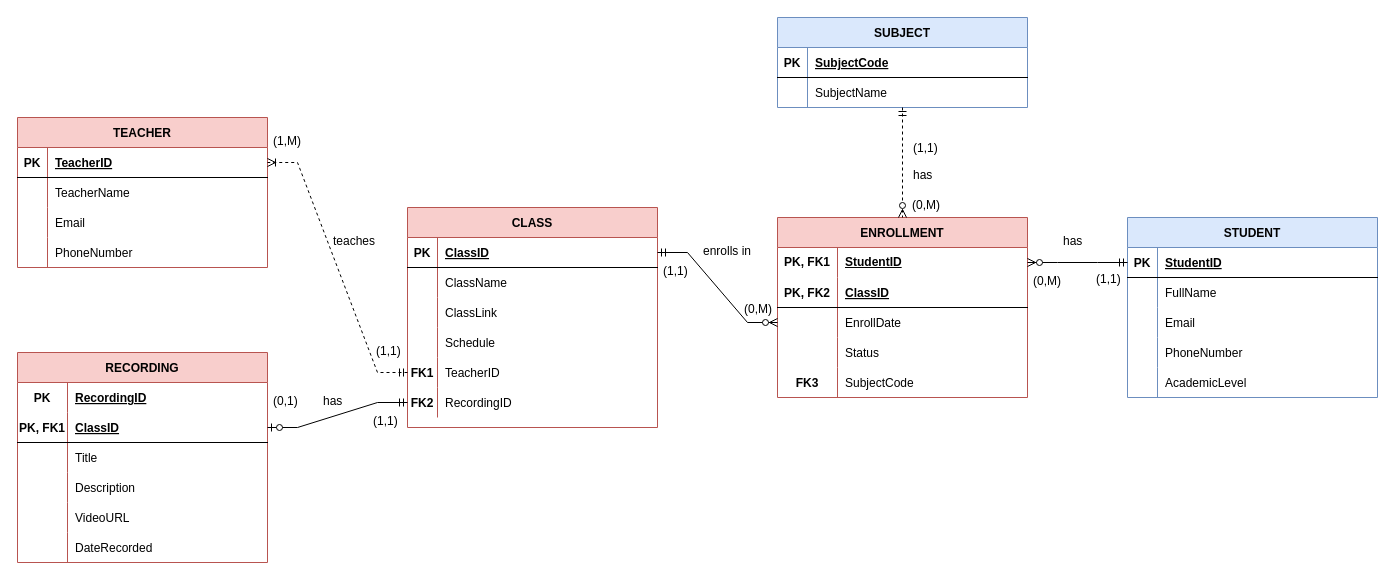
Before: CMT221_Assignment.drawio in EzraChai/CMT221-Assignment, a draw.io diagram. Source tidied: cells renumbered, new cells numbered last; positions are measured from the earlier drawing's top-left corner, leaving out a move shared by most shapes. Both pictures are drawn from the tidied source at 100%, with x=0, y=0 at pixel (17, 17).
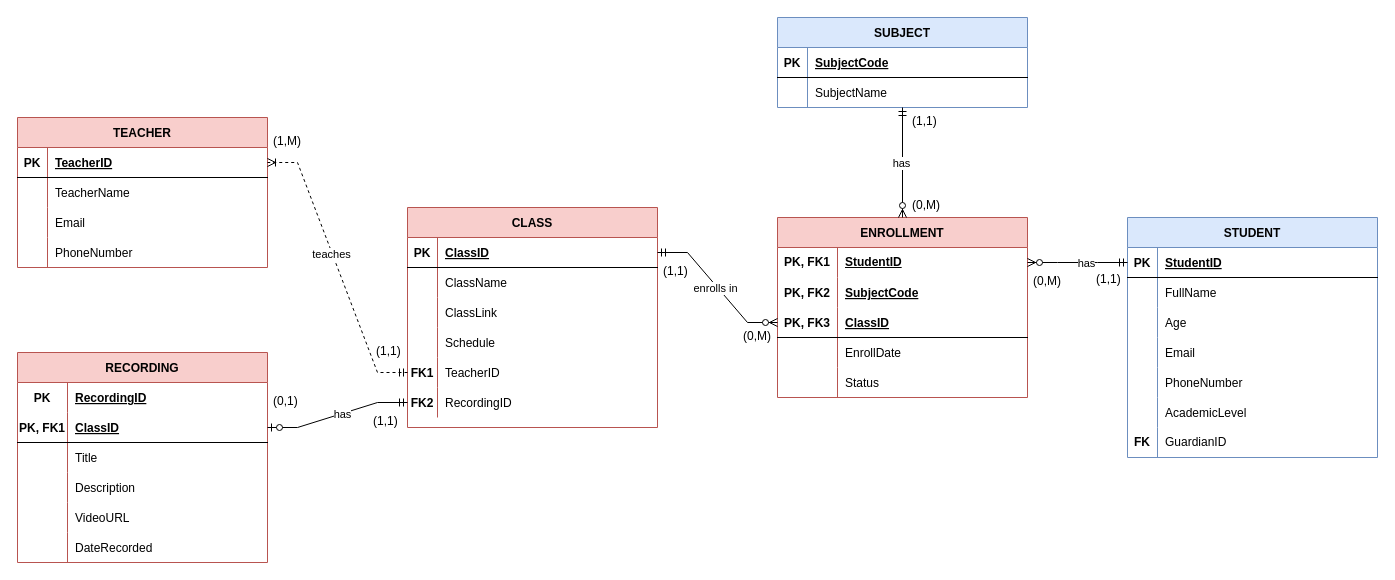
Above is the later version.

The change refers to these unchanged cells:
```xml
<mxCell id="2" value="ENROLLMENT" style="shape=table;startSize=30;childLayout=tableLayout;rowLines=0;fontStyle=1;align=center;fillColor=#f8cecc;strokeColor=#b85450;" parent="1" vertex="1">
  <mxGeometry x="760" y="200" width="250" height="180" as="geometry" />
</mxCell>
<mxCell id="32" style="shape=partialRectangle;fillColor=none;points=[[0,0.5],[1,0.5]];portConstraint=eastwest;top=0;left=0;right=0;bottom=1;" parent="31" vertex="1">
  <mxGeometry y="30" width="250" height="30" as="geometry" />
</mxCell>
<mxCell id="79" style="edgeStyle=entityRelationEdgeStyle;fontSize=12;html=1;endArrow=ERzeroToOne;startArrow=ERmandOne;rounded=0;exitX=0;exitY=0.5;exitDx=0;exitDy=0;entryX=1;entryY=0.5;entryDx=0;entryDy=0;" parent="1" edge="1" source="47" target="54">
  <mxGeometry relative="1" as="geometry" />
</mxCell>
<mxCell id="80" style="edgeStyle=entityRelationEdgeStyle;fontSize=12;html=1;endArrow=ERoneToMany;startArrow=ERmandOne;rounded=0;exitX=0;exitY=0.5;exitDx=0;exitDy=0;entryX=1;entryY=0.5;entryDx=0;entryDy=0;strokeColor=default;dashed=1;" parent="1" edge="1" source="44" target="19">
  <mxGeometry relative="1" as="geometry" />
</mxCell>
<mxCell id="97" style="edgeStyle=entityRelationEdgeStyle;fontSize=12;html=1;endArrow=ERzeroToMany;startArrow=ERmandOne;rounded=0;entryX=1;entryY=0.5;entryDx=0;entryDy=0;exitX=0;exitY=0.5;exitDx=0;exitDy=0;" parent="1" edge="1" source="82" target="3">
  <mxGeometry relative="1" as="geometry" />
</mxCell>
<mxCell id="101" value="SUBJECT" style="shape=table;startSize=30;childLayout=tableLayout;rowLines=0;fontStyle=1;align=center;fillColor=#dae8fc;strokeColor=#6c8ebf;" parent="1" vertex="1">
  <mxGeometry x="760" width="250" height="90" as="geometry" />
</mxCell>
```

What changed in the source:
```diff
@@
+    <mxCell id="15" style="shape=partialRectangle;fillColor=none;top=0;left=0;right=0;bottom=0;" parent="2" vertex="1">
+      <mxGeometry y="60" width="250" height="30" as="geometry" />
+    </mxCell>
+    <mxCell id="16" value="PK, FK2" style="shape=partialRectangle;overflow=hidden;fillColor=none;top=0;left=0;bottom=0;right=0;fontStyle=1;" parent="15" vertex="1">
+      <mxGeometry width="60" height="30" as="geometry" />
+    </mxCell>
+    <mxCell id="17" value="SubjectCode" style="shape=partialRectangle;overflow=hidden;fillColor=none;top=0;left=0;bottom=0;right=0;align=left;spacingLeft=6;fontStyle=5;" parent="15" vertex="1">
+      <mxGeometry x="60" width="190" height="30" as="geometry" />
+    </mxCell>
     <mxCell id="6" style="shape=partialRectangle;fillColor=none;points=[[0,0.5],[1,0.5]];portConstraint=eastwest;top=0;left=0;right=0;bottom=1;" parent="2" vertex="1">
-      <mxGeometry y="60" width="250" height="30" as="geometry" />
+      <mxGeometry y="90" width="250" height="30" as="geometry" />
     </mxCell>
-    <mxCell id="7" value="PK, FK2" style="shape=partialRectangle;overflow=hidden;fillColor=none;top=0;left=0;bottom=0;right=0;fontStyle=1;" parent="6" vertex="1">
+    <mxCell id="7" value="PK, FK3" style="shape=partialRectangle;overflow=hidden;fillColor=none;top=0;left=0;bottom=0;right=0;fontStyle=1;" parent="6" vertex="1">
       <mxGeometry width="60" height="30" as="geometry" />
     </mxCell>
@@
     <mxCell id="9" style="shape=partialRectangle;fillColor=none;top=0;left=0;right=0;bottom=0;" parent="2" vertex="1">
-      <mxGeometry y="90" width="250" height="30" as="geometry" />
+      <mxGeometry y="120" width="250" height="30" as="geometry" />
     </mxCell>
@@
     <mxCell id="12" style="shape=partialRectangle;fillColor=none;top=0;left=0;right=0;bottom=0;" parent="2" vertex="1">
-      <mxGeometry y="120" width="250" height="30" as="geometry" />
+      <mxGeometry y="150" width="250" height="30" as="geometry" />
     </mxCell>
@@
-    <mxCell id="15" style="shape=partialRectangle;fillColor=none;top=0;left=0;right=0;bottom=0;" parent="2" vertex="1">
-      <mxGeometry y="150" width="250" height="30" as="geometry" />
-    </mxCell>
-    <mxCell id="16" value="FK3" style="shape=partialRectangle;overflow=hidden;fillColor=none;top=0;left=0;bottom=0;right=0;fontStyle=1;" parent="15" vertex="1">
-      <mxGeometry width="60" height="30" as="geometry" />
-    </mxCell>
-    <mxCell id="17" value="SubjectCode" style="shape=partialRectangle;overflow=hidden;fillColor=none;top=0;left=0;bottom=0;right=0;align=left;spacingLeft=6;fontStyle=0;" parent="15" vertex="1">
-      <mxGeometry x="60" width="190" height="30" as="geometry" />
-    </mxCell>
@@
-    <mxCell id="69" value="teaches" style="text;strokeColor=none;fillColor=none;spacingLeft=4;spacingRight=4;overflow=hidden;fontSize=12;whiteSpace=wrap;html=1;" parent="1" vertex="1">
-      <mxGeometry x="310" y="210" width="60" height="30" as="geometry" />
-    </mxCell>
@@
-    <mxCell id="74" value="has" style="text;strokeColor=none;fillColor=none;spacingLeft=4;spacingRight=4;overflow=hidden;fontSize=12;whiteSpace=wrap;html=1;" parent="1" vertex="1">
-      <mxGeometry x="300" y="370" width="60" height="30" as="geometry" />
-    </mxCell>
     <mxCell id="75" value="(0,M)" style="text;strokeColor=none;fillColor=none;spacingLeft=4;spacingRight=4;overflow=hidden;fontSize=12;whiteSpace=wrap;html=1;" parent="1" vertex="1">
-      <mxGeometry x="721" y="278" width="40" height="30" as="geometry" />
+      <mxGeometry x="720" y="305" width="40" height="30" as="geometry" />
     </mxCell>
@@
-    <mxCell id="77" style="edgeStyle=entityRelationEdgeStyle;fontSize=12;html=1;endArrow=ERzeroToMany;startArrow=ERmandOne;rounded=0;entryX=0;entryY=0.5;entryDx=0;entryDy=0;exitX=1;exitY=0.5;exitDx=0;exitDy=0;" parent="1" edge="1" source="32">
-      <mxGeometry relative="1" as="geometry">
-        <mxPoint x="760" y="305" as="targetPoint" />
-      </mxGeometry>
+    <mxCell id="77" style="edgeStyle=entityRelationEdgeStyle;fontSize=12;html=1;endArrow=ERzeroToMany;startArrow=ERmandOne;rounded=0;entryX=0;entryY=0.5;entryDx=0;entryDy=0;exitX=1;exitY=0.5;exitDx=0;exitDy=0;" parent="1" edge="1" source="32" target="6">
+      <mxGeometry relative="1" as="geometry" />
     </mxCell>
-    <mxCell id="78" value="enrolls in" style="text;strokeColor=none;fillColor=none;spacingLeft=4;spacingRight=4;overflow=hidden;fontSize=12;whiteSpace=wrap;html=1;" parent="1" vertex="1">
-      <mxGeometry x="680" y="220" width="60" height="30" as="geometry" />
+    <mxCell id="78" value="enrolls in" style="edgeLabel;html=1;align=center;verticalAlign=middle;" parent="77" vertex="1">
+      <mxGeometry x="-0.01" y="-2" relative="1" as="geometry" />
     </mxCell>
@@
+    <mxCell id="112" value="has" style="edgeLabel;html=1;align=center;verticalAlign=middle;" parent="79" vertex="1">
+      <mxGeometry x="-0.07" relative="1" as="geometry" />
+    </mxCell>
@@
+    <mxCell id="69" value="teaches" style="edgeLabel;html=1;align=center;verticalAlign=middle;" parent="80" vertex="1">
+      <mxGeometry x="0.1" y="1" relative="1" as="geometry" />
+    </mxCell>
     <mxCell id="81" value="STUDENT" style="shape=table;startSize=30;childLayout=tableLayout;rowLines=0;fontStyle=1;align=center;fillColor=#dae8fc;strokeColor=#6c8ebf;" parent="1" vertex="1">
-      <mxGeometry x="1110" y="200" width="250" height="180" as="geometry" />
+      <mxGeometry x="1110" y="200" width="250" height="240" as="geometry" />
     </mxCell>
@@
+    <mxCell id="113" style="shape=tableRow;horizontal=0;startSize=0;swimlaneHead=0;swimlaneBody=0;fillColor=none;top=0;left=0;right=0;bottom=0;" parent="81" vertex="1">
+      <mxGeometry y="90" width="250" height="30" as="geometry" />
+    </mxCell>
+    <mxCell id="114" style="shape=partialRectangle;fillColor=none;top=0;left=0;bottom=0;right=0;overflow=hidden;" parent="113" vertex="1">
+      <mxGeometry width="30" height="30" as="geometry" />
+    </mxCell>
+    <mxCell id="115" value="Age" style="shape=partialRectangle;fillColor=none;top=0;left=0;bottom=0;right=0;align=left;spacingLeft=6;overflow=hidden;" parent="113" vertex="1">
+      <mxGeometry x="30" width="220" height="30" as="geometry" />
+    </mxCell>
     <mxCell id="88" style="shape=partialRectangle;fillColor=none;top=0;left=0;right=0;bottom=0;" parent="81" vertex="1">
-      <mxGeometry y="90" width="250" height="30" as="geometry" />
+      <mxGeometry y="120" width="250" height="30" as="geometry" />
     </mxCell>
@@
     <mxCell id="91" style="shape=partialRectangle;fillColor=none;top=0;left=0;right=0;bottom=0;" parent="81" vertex="1">
-      <mxGeometry y="120" width="250" height="30" as="geometry" />
+      <mxGeometry y="150" width="250" height="30" as="geometry" />
     </mxCell>
@@
     <mxCell id="94" style="shape=partialRectangle;fillColor=none;top=0;left=0;right=0;bottom=0;" parent="81" vertex="1">
-      <mxGeometry y="150" width="250" height="30" as="geometry" />
+      <mxGeometry y="180" width="250" height="30" as="geometry" />
     </mxCell>
@@
+    <mxCell id="116" style="shape=tableRow;horizontal=0;startSize=0;swimlaneHead=0;swimlaneBody=0;fillColor=none;top=0;left=0;right=0;bottom=0;" parent="81" vertex="1">
+      <mxGeometry y="210" width="250" height="30" as="geometry" />
+    </mxCell>
+    <mxCell id="117" value="FK" style="shape=partialRectangle;fillColor=none;top=0;left=0;bottom=0;right=0;fontStyle=1;overflow=hidden;whiteSpace=wrap;html=1;" parent="116" vertex="1">
+      <mxGeometry width="30" height="30" as="geometry" />
+    </mxCell>
+    <mxCell id="118" value="GuardianID" style="shape=partialRectangle;fillColor=none;top=0;left=0;bottom=0;right=0;align=left;spacingLeft=6;fontStyle=0;overflow=hidden;whiteSpace=wrap;html=1;" parent="116" vertex="1">
+      <mxGeometry x="30" width="220" height="30" as="geometry" />
+    </mxCell>
@@
-    <mxCell id="98" value="has" style="text;strokeColor=none;fillColor=none;spacingLeft=4;spacingRight=4;overflow=hidden;fontSize=12;whiteSpace=wrap;html=1;" parent="1" vertex="1">
-      <mxGeometry x="1040" y="210" width="60" height="30" as="geometry" />
-    </mxCell>
+    <mxCell id="119" value="has" style="edgeLabel;html=1;align=center;verticalAlign=middle;" parent="97" vertex="1">
+      <mxGeometry x="-0.16" relative="1" as="geometry" />
+    </mxCell>
@@
-    <mxCell id="108" style="fontSize=12;html=1;endArrow=ERzeroToMany;startArrow=ERmandOne;rounded=0;entryX=0.5;entryY=0;entryDx=0;entryDy=0;exitX=0.5;exitY=1;exitDx=0;exitDy=0;dashed=1;" parent="1" edge="1" source="101" target="2">
+    <mxCell id="108" style="fontSize=12;html=1;endArrow=ERzeroToMany;startArrow=ERmandOne;rounded=0;entryX=0.5;entryY=0;entryDx=0;entryDy=0;exitX=0.5;exitY=1;exitDx=0;exitDy=0;" parent="1" edge="1" source="101" target="2">
       <mxGeometry relative="1" as="geometry" />
     </mxCell>
+    <mxCell id="120" value="has" style="edgeLabel;html=1;align=center;verticalAlign=middle;" parent="108" vertex="1">
+      <mxGeometry y="-2" relative="1" as="geometry" />
+    </mxCell>
     <mxCell id="109" value="(1,1)" style="text;strokeColor=none;fillColor=none;spacingLeft=4;spacingRight=4;overflow=hidden;fontSize=12;whiteSpace=wrap;html=1;" parent="1" vertex="1">
-      <mxGeometry x="890" y="117" width="60" height="30" as="geometry" />
+      <mxGeometry x="889" y="90" width="60" height="30" as="geometry" />
     </mxCell>
@@
-    <mxCell id="111" value="has" style="text;strokeColor=none;fillColor=none;spacingLeft=4;spacingRight=4;overflow=hidden;fontSize=12;whiteSpace=wrap;html=1;" parent="1" vertex="1">
-      <mxGeometry x="890" y="144" width="60" height="30" as="geometry" />
-    </mxCell>
```
